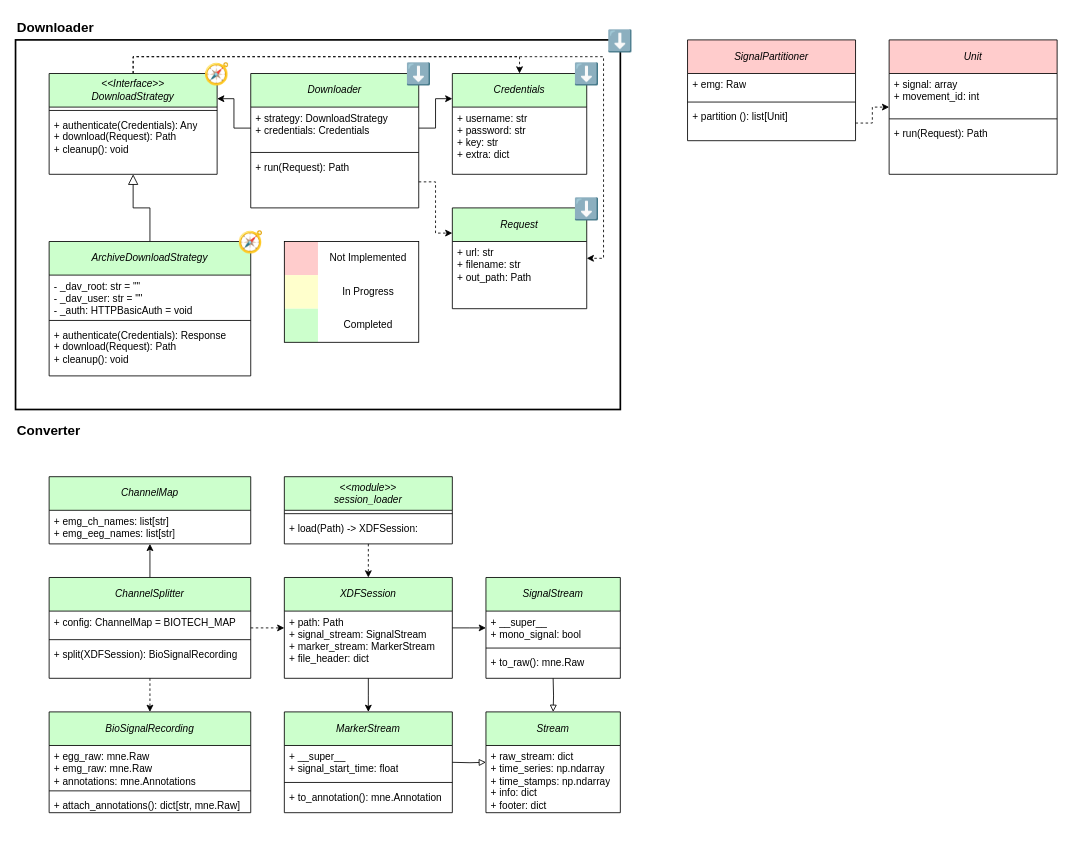
Earlier version of the draw.io diagram page "UML" (1 of 2) of docs/Data Architecture.drawio (N-Pulse/BMI-SOFT-EMG-Decoding). Source tidied: cells renumbered, new cells numbered last; positions are measured from the earlier drawing's top-left corner, leaving out a move shared by most shapes. Both pictures are drawn from the tidied source at 84%, with x=0, y=0 at pixel (15, 14).
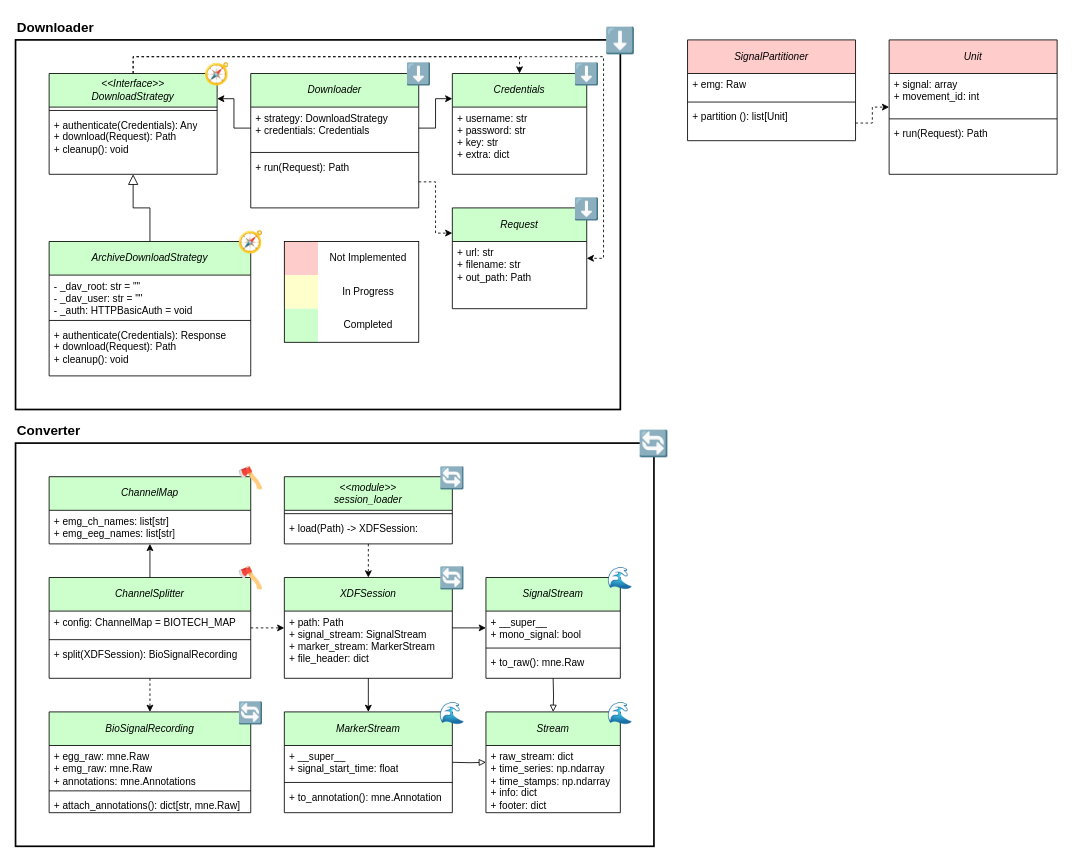
The same page after the edit.

What changed in the source:
```diff
@@
-    <mxCell id="38" value="⬇️" style="text;html=1;whiteSpace=wrap;strokeColor=none;fillColor=none;align=center;verticalAlign=middle;rounded=0;fontSize=25;" parent="1" vertex="1">
+    <mxCell id="38" value="⬇️" style="text;html=1;whiteSpace=wrap;strokeColor=none;fillColor=none;align=center;verticalAlign=middle;rounded=0;fontSize=30;" parent="1" vertex="1">
       <mxGeometry x="700" y="10" width="40" height="40" as="geometry" />
     </mxCell>
@@
+    <mxCell id="81" style="rounded=0;whiteSpace=wrap;html=1;strokeWidth=2;fillColor=none;" parent="1" vertex="1">
+      <mxGeometry y="510" width="760" height="480" as="geometry" />
+    </mxCell>
+    <mxCell id="82" value="🔄" style="text;html=1;whiteSpace=wrap;strokeColor=none;fillColor=none;align=center;verticalAlign=middle;rounded=0;fontSize=30;" parent="1" vertex="1">
+      <mxGeometry x="740" y="490" width="40" height="40" as="geometry" />
+    </mxCell>
+    <mxCell id="83" value="🌊" style="text;html=1;whiteSpace=wrap;strokeColor=none;fillColor=none;align=center;verticalAlign=middle;rounded=0;fontSize=25;" parent="1" vertex="1">
+      <mxGeometry x="700" y="650" width="40" height="40" as="geometry" />
+    </mxCell>
+    <mxCell id="84" value="🌊" style="text;html=1;whiteSpace=wrap;strokeColor=none;fillColor=none;align=center;verticalAlign=middle;rounded=0;fontSize=25;" parent="1" vertex="1">
+      <mxGeometry x="700" y="810" width="40" height="40" as="geometry" />
+    </mxCell>
+    <mxCell id="85" value="🌊" style="text;html=1;whiteSpace=wrap;strokeColor=none;fillColor=none;align=center;verticalAlign=middle;rounded=0;fontSize=25;" parent="1" vertex="1">
+      <mxGeometry x="500" y="810" width="40" height="40" as="geometry" />
+    </mxCell>
+    <mxCell id="86" value="🪓" style="text;html=1;whiteSpace=wrap;strokeColor=none;fillColor=none;align=center;verticalAlign=middle;rounded=0;fontSize=25;" parent="1" vertex="1">
+      <mxGeometry x="260" y="650" width="40" height="40" as="geometry" />
+    </mxCell>
+    <mxCell id="87" value="🪓" style="text;html=1;whiteSpace=wrap;strokeColor=none;fillColor=none;align=center;verticalAlign=middle;rounded=0;fontSize=25;" parent="1" vertex="1">
+      <mxGeometry x="260" y="530" width="40" height="40" as="geometry" />
+    </mxCell>
+    <mxCell id="88" value="🔄" style="text;html=1;whiteSpace=wrap;strokeColor=none;fillColor=none;align=center;verticalAlign=middle;rounded=0;fontSize=25;" parent="1" vertex="1">
+      <mxGeometry x="500" y="530" width="40" height="40" as="geometry" />
+    </mxCell>
+    <mxCell id="89" value="🔄" style="text;html=1;whiteSpace=wrap;strokeColor=none;fillColor=none;align=center;verticalAlign=middle;rounded=0;fontSize=25;" parent="1" vertex="1">
+      <mxGeometry x="260" y="810" width="40" height="40" as="geometry" />
+    </mxCell>
+    <mxCell id="90" value="🔄" style="text;html=1;whiteSpace=wrap;strokeColor=none;fillColor=none;align=center;verticalAlign=middle;rounded=0;fontSize=25;" parent="1" vertex="1">
+      <mxGeometry x="500" y="650" width="40" height="40" as="geometry" />
+    </mxCell>
```
